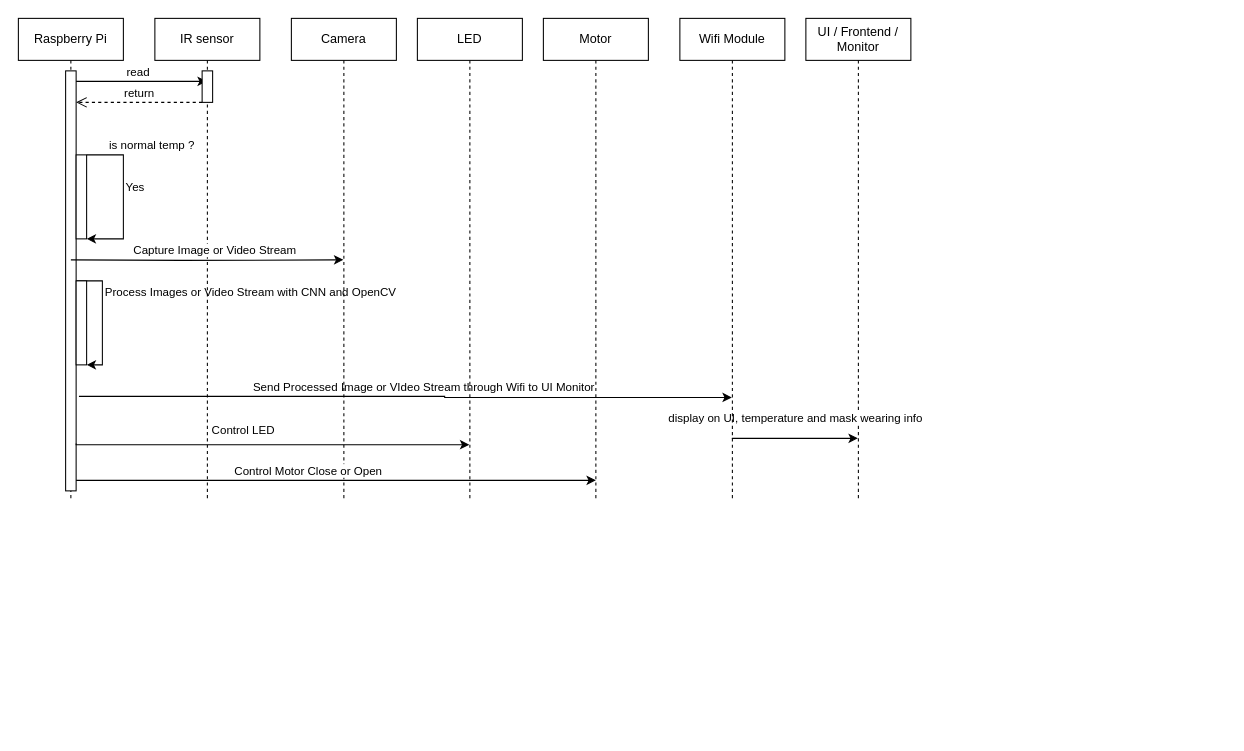
This is page "sequence diagram" (2 of 4) of ProjectDiagram.drawio from ArcueidShiki/SmartEntrySystem, a draw.io file, before an edit. Source tidied: cells renumbered, new cells numbered last; positions are measured from the earlier drawing's top-left corner, leaving out a move shared by most shapes. Both pictures are drawn from the tidied source at 105%, with x=0, y=0 at pixel (18, 18).
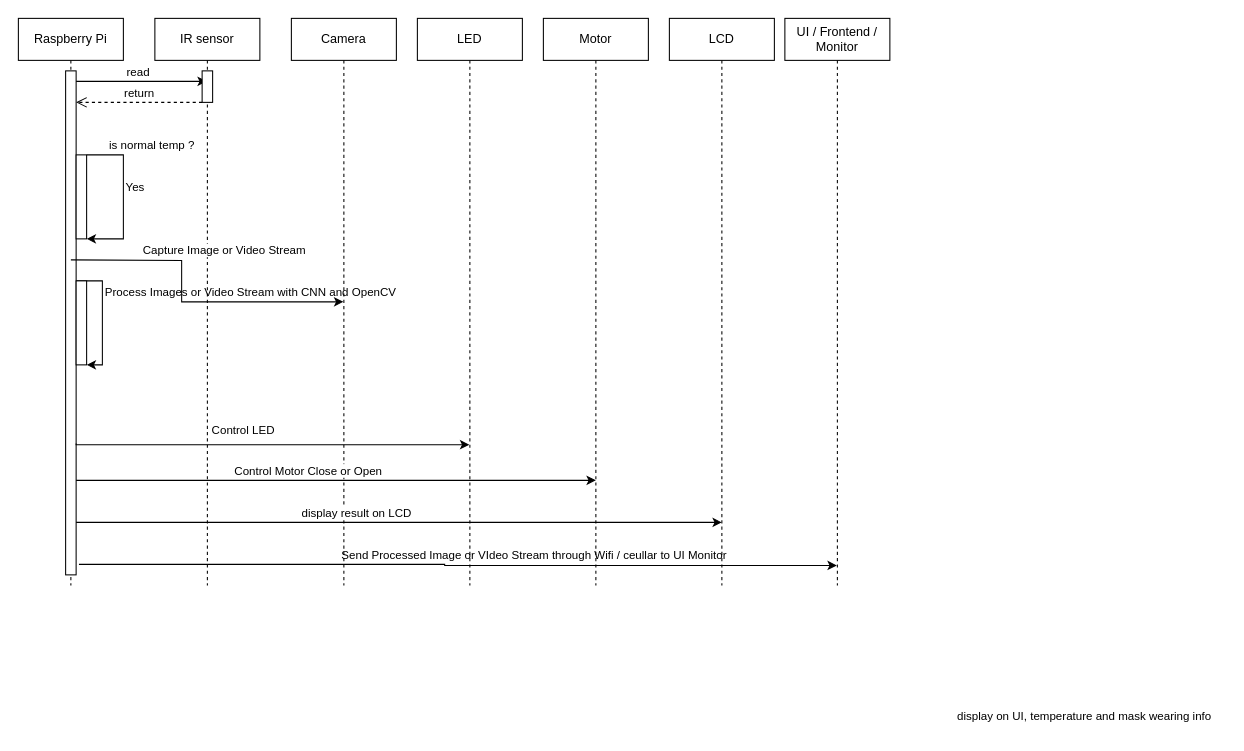
The same diagram, later.

Commit message:
Update ProjectDiagram.drawio sequence diagram

What changed in the source:
```diff
@@
     <mxCell id="4" value="Raspberry Pi" style="shape=umlLifeline;perimeter=lifelinePerimeter;whiteSpace=wrap;html=1;newEdgeStyle={&quot;curved&quot;:0,&quot;rounded&quot;:0};" parent="1" vertex="1">
-      <mxGeometry width="100" height="460" as="geometry" />
+      <mxGeometry width="100" height="540" as="geometry" />
     </mxCell>
     <mxCell id="5" style="html=1;perimeter=orthogonalPerimeter;targetShapes=umlLifeline;newEdgeStyle={&quot;curved&quot;:0,&quot;rounded&quot;:0};" parent="4" vertex="1">
-      <mxGeometry x="45" y="50" width="10" height="400" as="geometry" />
+      <mxGeometry x="45" y="50" width="10" height="480" as="geometry" />
     </mxCell>
@@
     <mxCell id="13" value="IR sensor" style="shape=umlLifeline;perimeter=lifelinePerimeter;whiteSpace=wrap;html=1;newEdgeStyle={&quot;curved&quot;:0,&quot;rounded&quot;:0};" parent="1" vertex="1">
-      <mxGeometry x="130" width="100" height="460" as="geometry" />
+      <mxGeometry x="130" width="100" height="540" as="geometry" />
     </mxCell>
@@
-    <mxCell id="15" style="edgeStyle=orthogonalEdgeStyle;rounded=0;jettySize=auto;html=1;curved=0;" parent="1" edge="1" target="24">
+    <mxCell id="15" style="edgeStyle=orthogonalEdgeStyle;rounded=0;orthogonalLoop=1;jettySize=auto;html=1;curved=0;" parent="1" edge="1">
       <mxGeometry relative="1" as="geometry">
-        <mxPoint x="57.7" y="360" as="sourcePoint" />
+        <mxPoint x="57.7" y="520" as="sourcePoint" />
+        <mxPoint x="779.5" y="521" as="targetPoint" />
         <Array as="points">
-          <mxPoint x="406" y="360" />
-          <mxPoint x="406" y="361" />
+          <mxPoint x="406" y="520" />
+          <mxPoint x="406" y="521" />
         </Array>
       </mxGeometry>
     </mxCell>
-    <mxCell id="16" value="Send Processed Image or VIdeo Stream through Wifi to UI Monitor" style="edgeLabel;html=1;align=center;verticalAlign=middle;" parent="15" vertex="1">
+    <mxCell id="16" value="Send Processed Image or VIdeo Stream through Wifi / ceullar to UI Monitor" style="edgeLabel;html=1;align=center;verticalAlign=middle;" parent="15" vertex="1">
       <mxGeometry x="-0.68" y="-2" relative="1" as="geometry">
-        <mxPoint x="228" y="-12" as="offset" />
+        <mxPoint x="317" y="-12" as="offset" />
       </mxGeometry>
     </mxCell>
     <mxCell id="17" value="Camera" style="shape=umlLifeline;perimeter=lifelinePerimeter;whiteSpace=wrap;html=1;outlineConnect=0;portConstraint=eastwest;newEdgeStyle={&quot;curved&quot;:0,&quot;rounded&quot;:0};" parent="1" vertex="1">
-      <mxGeometry x="260" width="100" height="460" as="geometry" />
+      <mxGeometry x="260" width="100" height="540" as="geometry" />
     </mxCell>
     <mxCell id="18" value="LED" style="shape=umlLifeline;perimeter=lifelinePerimeter;whiteSpace=wrap;html=1;outlineConnect=0;portConstraint=eastwest;newEdgeStyle={&quot;curved&quot;:0,&quot;rounded&quot;:0};" parent="1" vertex="1">
-      <mxGeometry x="380" width="100" height="460" as="geometry" />
+      <mxGeometry x="380" width="100" height="540" as="geometry" />
     </mxCell>
     <mxCell id="19" value="Motor" style="shape=umlLifeline;perimeter=lifelinePerimeter;whiteSpace=wrap;html=1;newEdgeStyle={&quot;curved&quot;:0,&quot;rounded&quot;:0};" parent="1" vertex="1">
-      <mxGeometry x="500" width="100" height="460" as="geometry" />
+      <mxGeometry x="500" width="100" height="540" as="geometry" />
     </mxCell>
-    <mxCell id="20" value="UI / Frontend / Monitor" style="shape=umlLifeline;perimeter=lifelinePerimeter;whiteSpace=wrap;html=1;outlineConnect=0;portConstraint=eastwest;newEdgeStyle={&quot;curved&quot;:0,&quot;rounded&quot;:0};" parent="1" vertex="1">
-      <mxGeometry x="750" width="100" height="460" as="geometry" />
-    </mxCell>
@@
-    <mxCell id="22" style="edgeStyle=orthogonalEdgeStyle;rounded=0;jettySize=auto;html=1;curved=0;" parent="1" edge="1" source="24" target="20">
-      <mxGeometry relative="1" as="geometry">
-        <Array as="points">
-          <mxPoint x="740" y="400" />
-          <mxPoint x="740" y="400" />
-        </Array>
-      </mxGeometry>
-    </mxCell>
-    <mxCell id="23" value="display on UI, temperature and mask wearing info" style="edgeLabel;html=1;align=center;verticalAlign=middle;" parent="22" vertex="1">
-      <mxGeometry x="-0.15" y="2" relative="1" as="geometry">
-        <mxPoint x="9" y="-18" as="offset" />
-      </mxGeometry>
-    </mxCell>
-    <mxCell id="24" value="Wifi Module" style="shape=umlLifeline;perimeter=lifelinePerimeter;whiteSpace=wrap;html=1;outlineConnect=0;portConstraint=eastwest;newEdgeStyle={&quot;curved&quot;:0,&quot;rounded&quot;:0};" parent="1" vertex="1">
-      <mxGeometry x="630" width="100" height="460" as="geometry" />
+    <mxCell id="24" value="UI / Frontend / Monitor" style="shape=umlLifeline;perimeter=lifelinePerimeter;whiteSpace=wrap;html=1;outlineConnect=0;portConstraint=eastwest;newEdgeStyle={&quot;curved&quot;:0,&quot;rounded&quot;:0};" parent="1" vertex="1">
+      <mxGeometry x="730" width="100" height="540" as="geometry" />
     </mxCell>
@@
+    <mxCell id="31" value="LCD" style="shape=umlLifeline;perimeter=lifelinePerimeter;whiteSpace=wrap;html=1;newEdgeStyle={&quot;curved&quot;:0,&quot;rounded&quot;:0};" parent="1" vertex="1">
+      <mxGeometry x="620" width="100" height="540" as="geometry" />
+    </mxCell>
+    <mxCell id="23" value="&lt;span style=&quot;font-size: 11px; background-color: rgb(255, 255, 255);&quot;&gt;display on UI, temperature and mask wearing info&lt;/span&gt;" style="text;html=1;align=center;verticalAlign=middle;strokeColor=none;fillColor=none;" parent="1" vertex="1">
+      <mxGeometry x="880" y="650" width="270" height="30" as="geometry" />
+    </mxCell>
+    <mxCell id="32" style="edgeStyle=orthogonalEdgeStyle;rounded=0;orthogonalLoop=1;jettySize=auto;html=1;curved=0;" parent="1" edge="1">
+      <mxGeometry relative="1" as="geometry">
+        <mxPoint x="55" y="480" as="sourcePoint" />
+        <mxPoint x="670" y="480" as="targetPoint" />
+      </mxGeometry>
+    </mxCell>
+    <mxCell id="33" value="display result on LCD" style="edgeLabel;html=1;align=center;verticalAlign=middle;" parent="32" vertex="1">
+      <mxGeometry x="0.18" y="1" relative="1" as="geometry">
+        <mxPoint x="-97" y="-9" as="offset" />
+      </mxGeometry>
+    </mxCell>
```
